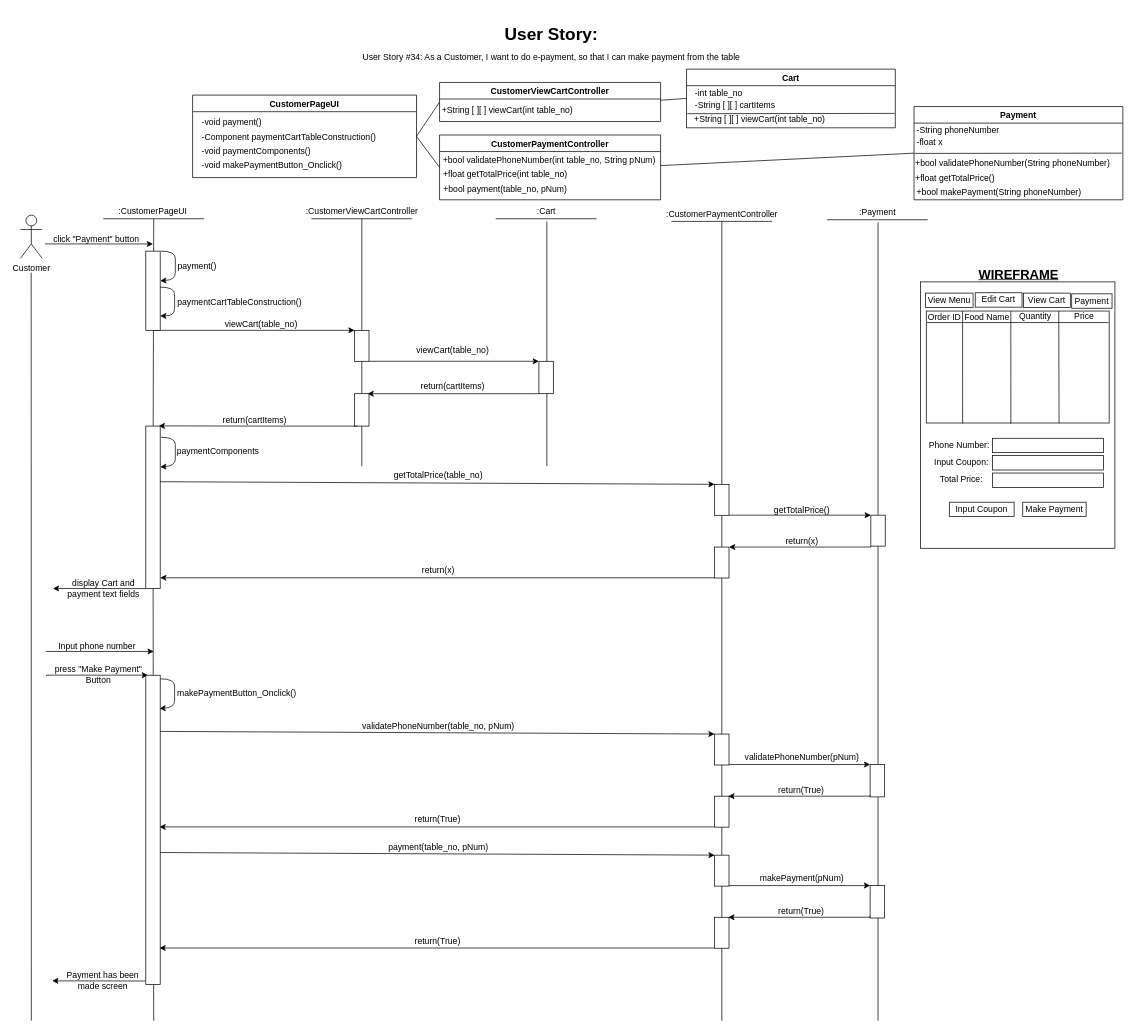
This is BCE_UML_and_Diagrams/Customer/Customer_Payment(#34)/UserStory#34_Customer_Payment.drawio from extred5700/JAVAGUI-Restaurant-Table-Order-System, a draw.io file, before an edit. Source tidied: cells renumbered, new cells numbered last; positions are measured from the earlier drawing's top-left corner, leaving out a move shared by most shapes. Both pictures are drawn from the tidied source at 72%, with x=0, y=0 at pixel (20, 19).
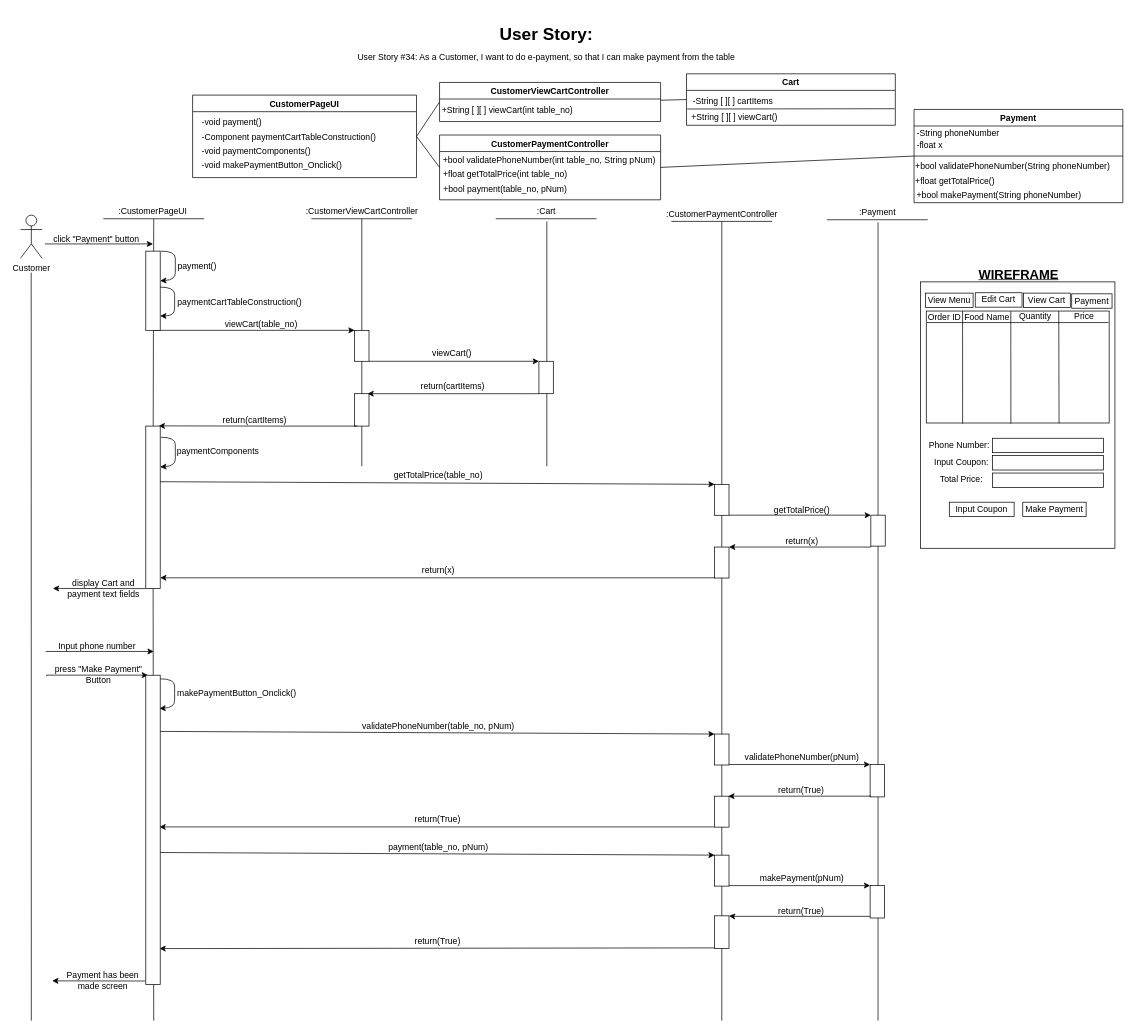
The same diagram, later.

The change refers to these unchanged cells:
```xml
<mxCell id="69" value="CustomerPaymentController" style="swimlane;startSize=23;" parent="1" vertex="1">
  <mxGeometry x="582" y="160" width="307" height="90" as="geometry" />
</mxCell>
<mxCell id="70" value="&lt;div style=&quot;text-align: left&quot;&gt;+bool validatePhoneNumber(int table_no, String pNum)&lt;/div&gt;" style="text;html=1;align=center;verticalAlign=middle;points=[];strokeColor=none;fillColor=none;" parent="69" vertex="1">
  <mxGeometry x="-3" y="25" width="310" height="20" as="geometry" />
</mxCell>
```

What changed in the source:
```diff
@@
     <mxCell id="12" value="Cart" style="swimlane;" parent="1" vertex="1">
-      <mxGeometry x="925" y="68.5" width="290" height="81.5" as="geometry" />
+      <mxGeometry x="925" y="75" width="290" height="71.5" as="geometry" />
     </mxCell>
     <mxCell id="13" style="endArrow=none;html=1;rounded=0;" parent="12" edge="1">
       <mxGeometry relative="1" as="geometry">
-        <mxPoint x="1" y="61.9" as="sourcePoint" />
-        <mxPoint x="289" y="61.5" as="targetPoint" />
+        <mxPoint x="1" y="48.9" as="sourcePoint" />
+        <mxPoint x="289" y="48.5" as="targetPoint" />
       </mxGeometry>
     </mxCell>
-    <mxCell id="14" value="&lt;div style=&quot;text-align: justify&quot;&gt;+String [ ][ ] viewCart(int table_no)&lt;/div&gt;" style="text;html=1;align=left;verticalAlign=middle;strokeColor=none;fillColor=none;" parent="12" vertex="1">
-      <mxGeometry x="9" y="60" width="200" height="20" as="geometry" />
-    </mxCell>
-    <mxCell id="15" value="-String [ ][ ] cartItems" style="text;html=1;align=left;verticalAlign=middle;strokeColor=none;fillColor=none;" parent="12" vertex="1">
-      <mxGeometry x="10" y="40" width="130" height="20" as="geometry" />
-    </mxCell>
-    <mxCell id="16" value="-int table_no" style="text;html=1;align=left;verticalAlign=middle;strokeColor=none;fillColor=none;" parent="12" vertex="1">
-      <mxGeometry x="10" y="23" width="80" height="20" as="geometry" />
-    </mxCell>
@@
     <mxCell id="52" value="&lt;h1&gt;User Story:&lt;br&gt;&lt;font style=&quot;font-size: 12px ; font-weight: normal&quot;&gt;User Story #34: As a Customer, I want to do e-payment, so that I can make payment from the table&lt;/font&gt;&lt;/h1&gt;" style="text;html=1;strokeColor=none;fillColor=none;spacing=5;spacingTop=-20;whiteSpace=wrap;overflow=hidden;rounded=0;align=center;" parent="1" vertex="1">
-      <mxGeometry x="430" width="615" height="75" as="geometry" />
+      <mxGeometry x="422.5" width="615" height="75" as="geometry" />
     </mxCell>
@@
-    <mxCell id="74" style="endArrow=none;html=1;rounded=0;entryX=0;entryY=0.5;entryDx=0;entryDy=0;exitX=1;exitY=0.875;exitDx=0;exitDy=0;exitPerimeter=0;" parent="1" edge="1" source="70" target="105">
+    <mxCell id="74" style="endArrow=none;html=1;rounded=0;entryX=0;entryY=0.5;entryDx=0;entryDy=0;exitX=1;exitY=0.5;exitDx=0;exitDy=0;" parent="1" edge="1" source="69" target="105">
       <mxGeometry relative="1" as="geometry" />
     </mxCell>
@@
-    <mxCell id="77" value="&lt;div style=&quot;text-align: left&quot;&gt;&lt;span&gt;viewCart(table_no)&lt;/span&gt;&lt;/div&gt;" style="text;html=1;align=center;verticalAlign=middle;strokeColor=none;fillColor=none;" parent="1" vertex="1">
-      <mxGeometry x="540" y="449.3" width="120" height="20" as="geometry" />
+    <mxCell id="77" value="&lt;div style=&quot;text-align: left&quot;&gt;&lt;span&gt;viewCart()&lt;/span&gt;&lt;/div&gt;" style="text;html=1;align=center;verticalAlign=middle;strokeColor=none;fillColor=none;" parent="1" vertex="1">
+      <mxGeometry x="564" y="454.3" width="70" height="20" as="geometry" />
     </mxCell>
@@
     <mxCell id="105" value="Payment" style="swimlane;" parent="1" vertex="1">
-      <mxGeometry x="1241" y="120.5" width="290" height="129.5" as="geometry" />
+      <mxGeometry x="1241" y="124.5" width="290" height="129.5" as="geometry" />
     </mxCell>
@@
-    <mxCell id="122" style="endArrow=none;html=1;rounded=0;" parent="1" edge="1">
-      <mxGeometry relative="1" as="geometry">
-        <mxPoint x="1242" y="185.6" as="sourcePoint" />
-        <mxPoint x="1530" y="185.2" as="targetPoint" />
-      </mxGeometry>
+    <mxCell id="122" style="endArrow=none;html=1;rounded=0;entryX=1;entryY=0.5;entryDx=0;entryDy=0;exitX=0;exitY=0.5;exitDx=0;exitDy=0;" parent="1" edge="1" source="105" target="105">
+      <mxGeometry relative="1" as="geometry" />
     </mxCell>
@@
-    <mxCell id="129" style="edgeStyle=orthogonalEdgeStyle;rounded=0;orthogonalLoop=1;jettySize=auto;html=1;exitX=0;exitY=1;exitDx=0;exitDy=0;entryX=1;entryY=0;entryDx=0;entryDy=0;" parent="1" edge="1">
+    <mxCell id="129" style="edgeStyle=orthogonalEdgeStyle;rounded=0;jettySize=auto;html=1;exitX=0;exitY=1;exitDx=0;exitDy=0;entryX=1;entryY=0;entryDx=0;entryDy=0;" parent="1" edge="1" target="133">
       <mxGeometry relative="1" as="geometry">
         <mxPoint x="1180" y="1245.2" as="sourcePoint" />
-        <mxPoint x="983" y="1246.5" as="targetPoint" />
         <Array as="points">
-          <mxPoint x="1180" y="1246.2" />
+          <mxPoint x="990" y="1245" />
+          <mxPoint x="984" y="1245" />
         </Array>
       </mxGeometry>
     </mxCell>
-    <mxCell id="130" style="edgeStyle=orthogonalEdgeStyle;rounded=0;orthogonalLoop=1;jettySize=auto;html=1;exitX=0;exitY=1;exitDx=0;exitDy=0;" parent="1" edge="1">
+    <mxCell id="130" style="edgeStyle=orthogonalEdgeStyle;rounded=0;jettySize=auto;html=1;exitX=0;exitY=1;exitDx=0;exitDy=0;" parent="1" edge="1" source="133">
       <mxGeometry relative="1" as="geometry">
-        <mxPoint x="963" y="1289.5" as="sourcePoint" />
-        <mxPoint x="193" y="1289.2" as="targetPoint" />
+        <mxPoint x="193" y="1290" as="targetPoint" />
         <Array as="points">
-          <mxPoint x="193" y="1289.2" />
+          <mxPoint x="193" y="1289" />
         </Array>
       </mxGeometry>
     </mxCell>
@@
     <mxCell id="133" style="rounded=0;whiteSpace=wrap;html=1;" parent="1" vertex="1">
-      <mxGeometry x="964" y="1246.5" width="20" height="43" as="geometry" />
+      <mxGeometry x="964" y="1244.5" width="20" height="45.5" as="geometry" />
     </mxCell>
@@
+    <mxCell id="14" value="&lt;div style=&quot;text-align: justify&quot;&gt;+String [ ][ ] viewCart()&lt;/div&gt;" style="text;html=1;align=left;verticalAlign=middle;strokeColor=none;fillColor=none;" parent="1" vertex="1">
+      <mxGeometry x="930" y="124.5" width="140" height="20" as="geometry" />
+    </mxCell>
+    <mxCell id="15" value="-String [ ][ ] cartItems" style="text;html=1;align=left;verticalAlign=middle;strokeColor=none;fillColor=none;" parent="1" vertex="1">
+      <mxGeometry x="932" y="102.8" width="130" height="20" as="geometry" />
+    </mxCell>
```
